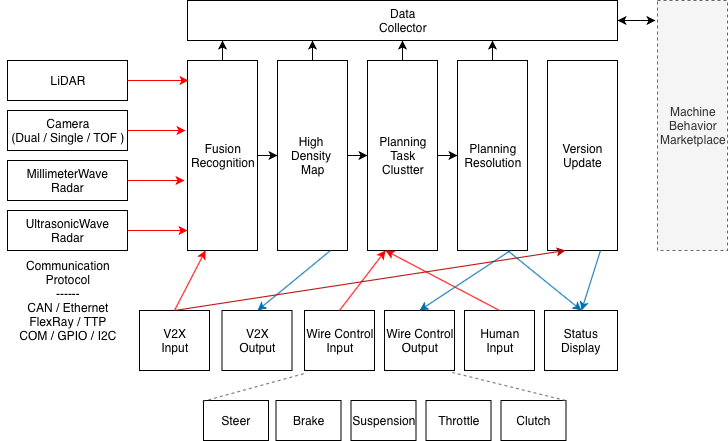
This is media/dooyo_idea_rpp_1.png from df595149790/df595149790.github.io, a draw.io export, as it was before one commit. Source tidied: cells renumbered, new cells last; positions are measured from the earlier drawing's top-left corner, leaving out a move shared by most shapes.
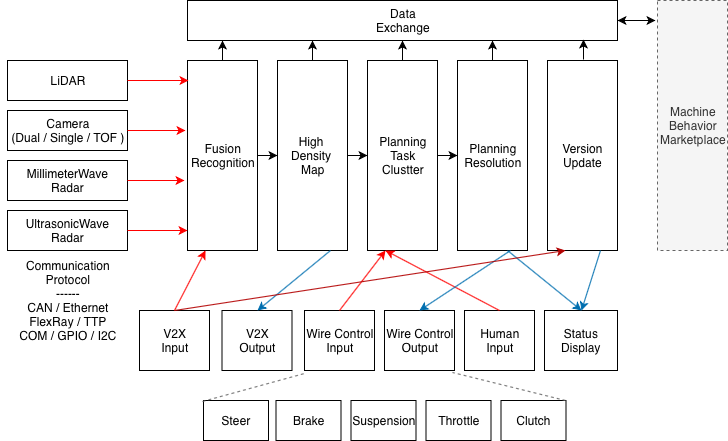
The same file after the commit.

What changed in the source:
```diff
@@ -56,7 +56,7 @@
     <mxCell id="19" style="endArrow=classic;startArrow=classic;html=1;exitX=1;exitY=0.5;exitDx=0;exitDy=0;entryX=-0.029;entryY=0.08;entryDx=0;entryDy=0;entryPerimeter=0;" parent="1" edge="1" source="20" target="2">
       <mxGeometry relative="1" as="geometry" />
     </mxCell>
-    <mxCell id="20" value="Data&lt;br&gt;Collector&lt;br&gt;" style="rounded=0;whiteSpace=wrap;html=1;shadow=0;fillColor=none;" parent="1" vertex="1">
+    <mxCell id="20" value="Data&lt;br&gt;Exchange&lt;br&gt;" style="rounded=0;whiteSpace=wrap;html=1;shadow=0;fillColor=none;" parent="1" vertex="1">
       <mxGeometry x="186" width="430" height="40" as="geometry" />
     </mxCell>
     <mxCell id="21" style="endArrow=classic;html=1;" parent="1" edge="1" source="7">
@@ -148,5 +148,11 @@
     <mxCell id="46" style="endArrow=classic;html=1;strokeColor=#006EAF;strokeWidth=1;entryX=0.5;entryY=0;entryDx=0;entryDy=0;exitX=0.75;exitY=1;exitDx=0;exitDy=0;fillColor=#1ba1e2;" parent="1" edge="1" source="32" target="13">
       <mxGeometry relative="1" as="geometry" />
     </mxCell>
+    <mxCell id="47" style="endArrow=classic;html=1;exitX=0.5;exitY=0;exitDx=0;exitDy=0;" parent="1" edge="1">
+      <mxGeometry relative="1" as="geometry">
+        <mxPoint x="582" y="59" as="sourcePoint" />
+        <mxPoint x="582" y="39" as="targetPoint" />
+      </mxGeometry>
+    </mxCell>
   </root>
 </mxGraphModel>
```
